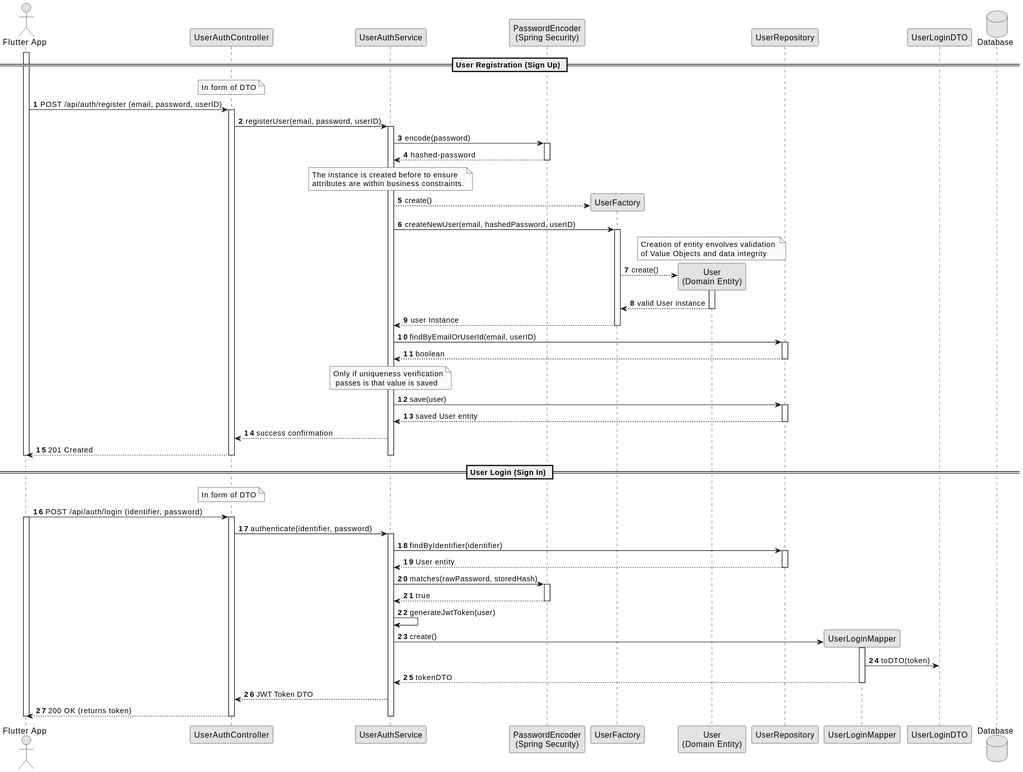
This is backend/docs/US008/US008_SD.svg from Pedro-P21/FitMaxxer, a PlantUML export, as it was before one commit.
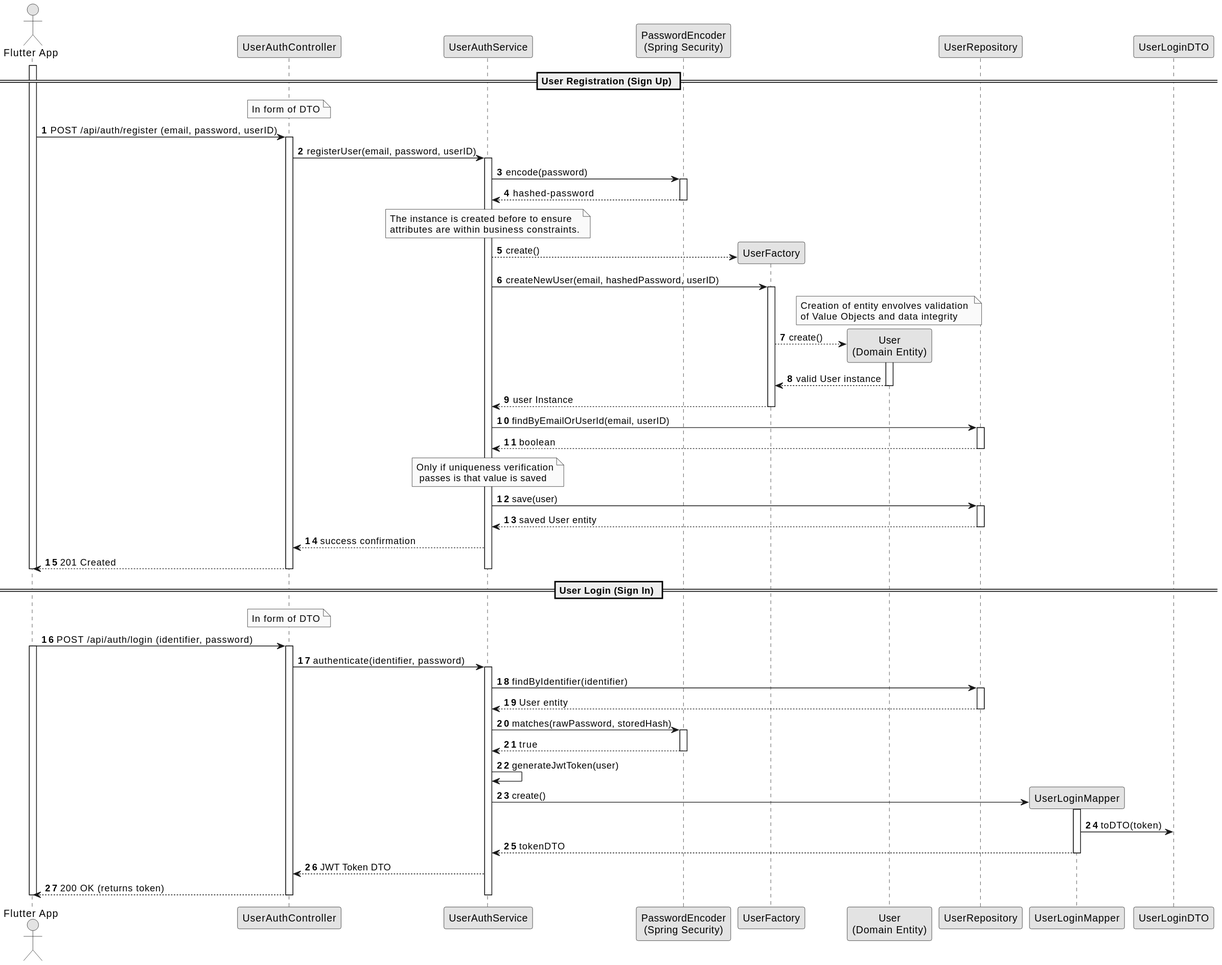
After the commit.

Change to the diagram source:
```diff
@@ -13,7 +13,7 @@
 participant "UserRepository" as Repo
 participant "UserLoginMapper" as Mapper
 participant "UserLoginDTO" as DTO
-database "Database" as DB
+
 
 activate Client
 == User Registration (Sign Up) ==
```
